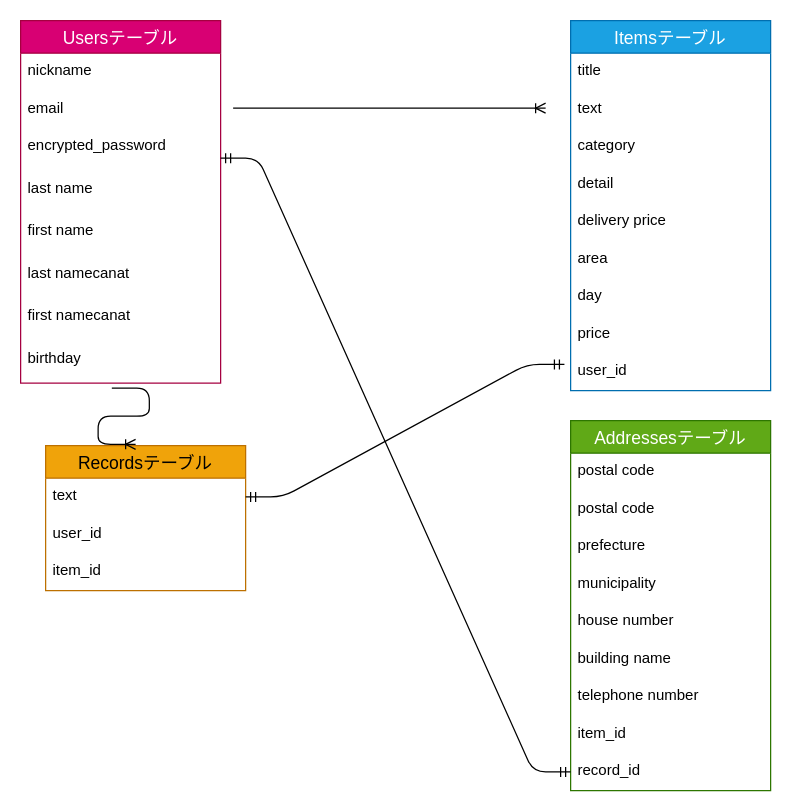
This is furima.dio from bo-domi/furima-36197, a draw.io file, before an edit. Source tidied: cells renumbered, new cells numbered last; positions are measured from the earlier drawing's top-left corner, leaving out a move shared by most shapes. Both pictures are drawn from the tidied source at 125%, with x=0, y=0 at pixel (20, 20).
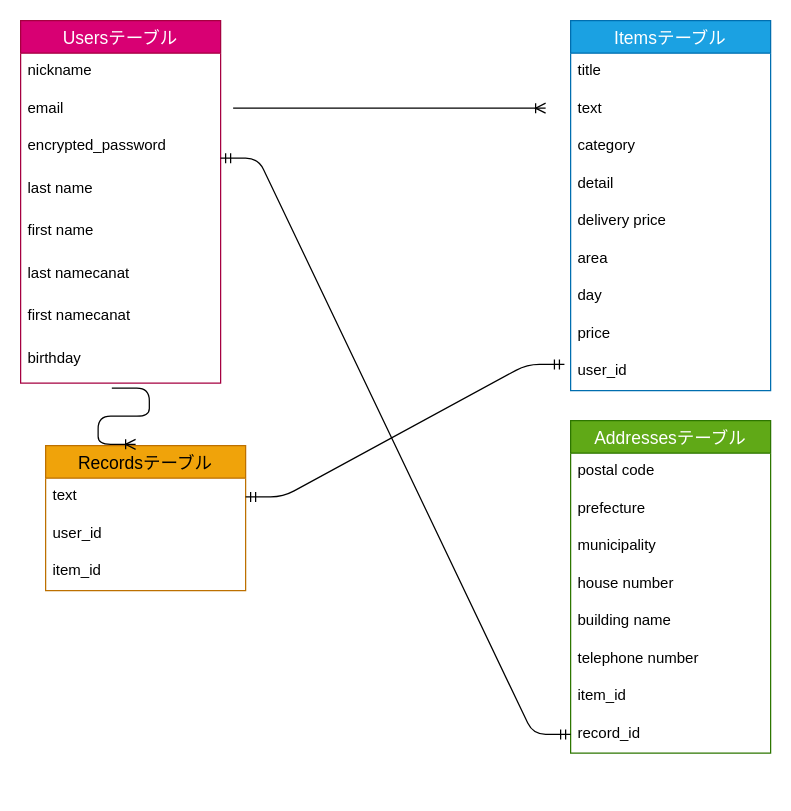
The same diagram, later.

Commit message:
データベース再作成4

Change to the diagram source:
```diff
@@
     <mxCell id="25" value="Addressesテーブル" style="swimlane;fontStyle=0;horizontal=1;startSize=26;align=center;fontSize=14;fillColor=#60a917;strokeColor=#2D7600;fontColor=#ffffff;" parent="1" vertex="1">
-      <mxGeometry x="440" y="320" width="160" height="296" as="geometry" />
+      <mxGeometry x="440" y="320" width="160" height="266" as="geometry" />
     </mxCell>
@@
-    <mxCell id="27" value="postal code" style="text;strokeColor=none;fillColor=none;spacingLeft=4;spacingRight=4;overflow=hidden;fontSize=12;" parent="25" vertex="1">
-      <mxGeometry y="56" width="160" height="30" as="geometry" />
-    </mxCell>
     <mxCell id="28" value="prefecture" style="text;strokeColor=none;fillColor=none;spacingLeft=4;spacingRight=4;overflow=hidden;fontSize=12;" parent="25" vertex="1">
-      <mxGeometry y="86" width="160" height="30" as="geometry" />
+      <mxGeometry y="56" width="160" height="30" as="geometry" />
     </mxCell>
     <mxCell id="29" value="municipality" style="text;strokeColor=none;fillColor=none;spacingLeft=4;spacingRight=4;overflow=hidden;fontSize=12;" parent="25" vertex="1">
-      <mxGeometry y="116" width="160" height="30" as="geometry" />
+      <mxGeometry y="86" width="160" height="30" as="geometry" />
     </mxCell>
     <mxCell id="30" value="house number" style="text;strokeColor=none;fillColor=none;spacingLeft=4;spacingRight=4;overflow=hidden;fontSize=12;" parent="25" vertex="1">
-      <mxGeometry y="146" width="160" height="30" as="geometry" />
+      <mxGeometry y="116" width="160" height="30" as="geometry" />
     </mxCell>
     <mxCell id="31" value="building name" style="text;strokeColor=none;fillColor=none;spacingLeft=4;spacingRight=4;overflow=hidden;fontSize=12;" parent="25" vertex="1">
-      <mxGeometry y="176" width="160" height="30" as="geometry" />
+      <mxGeometry y="146" width="160" height="30" as="geometry" />
     </mxCell>
     <mxCell id="32" value="telephone number" style="text;strokeColor=none;fillColor=none;spacingLeft=4;spacingRight=4;overflow=hidden;fontSize=12;" parent="25" vertex="1">
-      <mxGeometry y="206" width="160" height="30" as="geometry" />
+      <mxGeometry y="176" width="160" height="30" as="geometry" />
     </mxCell>
     <mxCell id="33" value="item_id" style="text;strokeColor=none;fillColor=none;spacingLeft=4;spacingRight=4;overflow=hidden;fontSize=12;" parent="25" vertex="1">
-      <mxGeometry y="236" width="160" height="30" as="geometry" />
+      <mxGeometry y="206" width="160" height="30" as="geometry" />
     </mxCell>
     <mxCell id="34" value="record_id" style="text;strokeColor=none;fillColor=none;spacingLeft=4;spacingRight=4;overflow=hidden;points=[[0,0.5],[1,0.5]];portConstraint=eastwest;fontSize=12;" parent="25" vertex="1">
-      <mxGeometry y="266" width="160" height="30" as="geometry" />
+      <mxGeometry y="236" width="160" height="30" as="geometry" />
     </mxCell>
```
